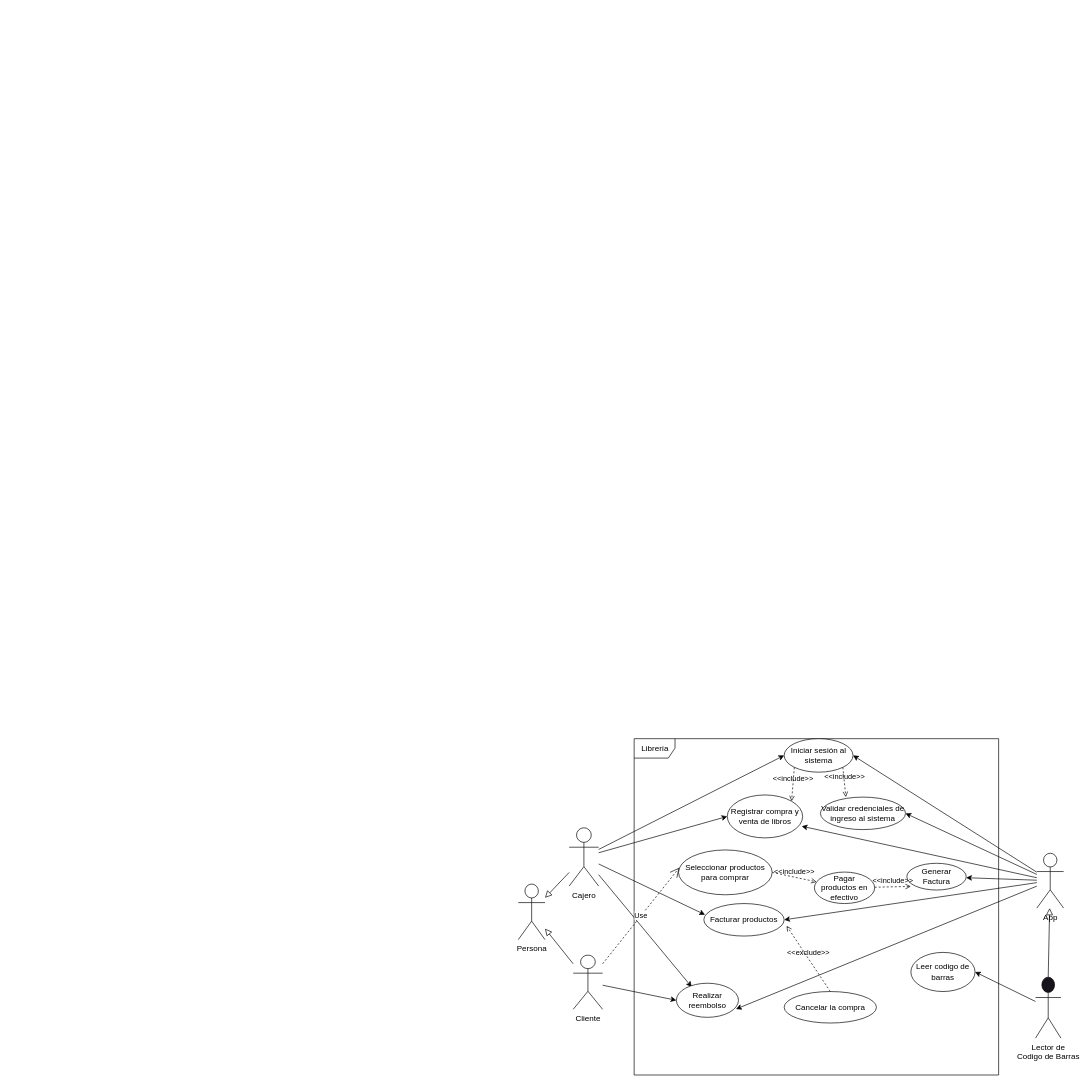
This is design/DCU_PrjL.dio from AlejandroTTD/Chapter-Connect-Library, a draw.io file, before an edit. Source tidied: cells renumbered, new cells numbered last; positions are measured from the earlier drawing's top-left corner, leaving out a move shared by most shapes. Both pictures are drawn from the tidied source at 67%, with x=0, y=0 at pixel (518, 738).
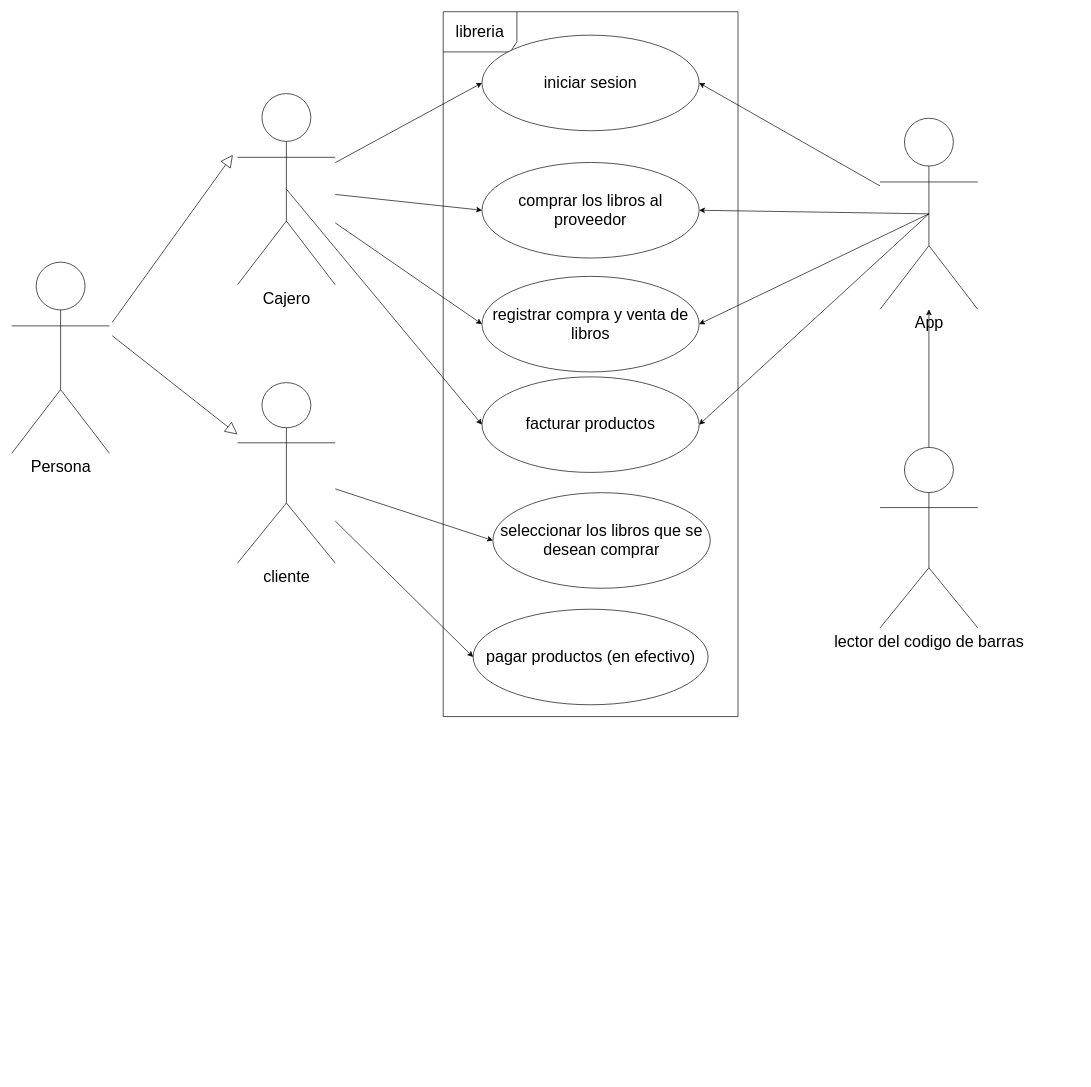
Above is the later version.

What changed in the source:
```diff
@@
+    <mxCell id="15" style="edgeStyle=none;html=1;entryX=0;entryY=0.5;entryDx=0;entryDy=0;fontSize=24;" parent="1" edge="1" source="39" target="55">
+      <mxGeometry relative="1" as="geometry" />
+    </mxCell>
+    <mxCell id="39" value="&lt;font style=&quot;font-size: 24px;&quot;&gt;cliente&lt;/font&gt;" style="shape=umlActor;verticalLabelPosition=bottom;verticalAlign=top;html=1;" parent="1" vertex="1">
+      <mxGeometry x="-419" y="-531.4" width="145.9" height="269.4" as="geometry" />
+    </mxCell>
+    <mxCell id="40" style="edgeStyle=none;html=1;exitX=0.5;exitY=0.5;exitDx=0;exitDy=0;exitPerimeter=0;entryX=0;entryY=0.5;entryDx=0;entryDy=0;fontSize=24;" parent="1" edge="1" source="7" target="56">
+      <mxGeometry relative="1" as="geometry" />
+    </mxCell>
+    <mxCell id="41" style="edgeStyle=none;html=1;entryX=0;entryY=0.5;entryDx=0;entryDy=0;" parent="1" edge="1" source="7" target="57">
+      <mxGeometry relative="1" as="geometry" />
+    </mxCell>
+    <mxCell id="7" value="&lt;font style=&quot;font-size: 24px;&quot;&gt;Cajero&lt;/font&gt;" style="shape=umlActor;verticalLabelPosition=bottom;verticalAlign=top;html=1;" parent="1" vertex="1">
+      <mxGeometry x="-419" y="-962.8" width="145.9" height="285.3" as="geometry" />
+    </mxCell>
+    <mxCell id="42" style="edgeStyle=none;html=1;entryX=1;entryY=0.5;entryDx=0;entryDy=0;fontSize=24;exitX=0.5;exitY=0.5;exitDx=0;exitDy=0;exitPerimeter=0;" parent="1" edge="1" source="16" target="56">
+      <mxGeometry relative="1" as="geometry" />
+    </mxCell>
+    <mxCell id="43" style="edgeStyle=none;html=1;entryX=1;entryY=0.5;entryDx=0;entryDy=0;" parent="1" edge="1" source="16" target="57">
+      <mxGeometry relative="1" as="geometry" />
+    </mxCell>
+    <mxCell id="16" value="&lt;font style=&quot;font-size: 24px;&quot;&gt;App&lt;/font&gt;" style="shape=umlActor;verticalLabelPosition=bottom;verticalAlign=top;html=1;" parent="1" vertex="1">
+      <mxGeometry x="540" y="-926" width="145.9" height="285.3" as="geometry" />
+    </mxCell>
+    <mxCell id="44" style="edgeStyle=none;html=1;fontSize=24;" parent="1" edge="1" source="45" target="16">
+      <mxGeometry relative="1" as="geometry" />
+    </mxCell>
+    <mxCell id="45" value="&lt;font style=&quot;font-size: 24px;&quot;&gt;lector del codigo de barras&lt;/font&gt;" style="shape=umlActor;verticalLabelPosition=bottom;verticalAlign=top;html=1;" parent="1" vertex="1">
+      <mxGeometry x="540" y="-434.7" width="145.9" height="269.4" as="geometry" />
+    </mxCell>
+    <mxCell id="46" value="&lt;font style=&quot;font-size: 24px;&quot;&gt;seleccionar los libros que se desean comprar&lt;/font&gt;" style="ellipse;whiteSpace=wrap;html=1;" parent="1" vertex="1">
+      <mxGeometry x="-37.9" y="-367.1" width="324.5" height="142.6" as="geometry" />
+    </mxCell>
+    <mxCell id="47" style="edgeStyle=none;html=1;entryX=0;entryY=0.5;entryDx=0;entryDy=0;" parent="1" edge="1" source="39" target="46">
+      <mxGeometry relative="1" as="geometry" />
+    </mxCell>
+    <mxCell id="48" value="&lt;font style=&quot;font-size: 24px;&quot;&gt;registrar compra y venta de libros&lt;/font&gt;" style="ellipse;whiteSpace=wrap;html=1;" parent="1" vertex="1">
+      <mxGeometry x="-54.1" y="-690" width="324.1" height="142.6" as="geometry" />
+    </mxCell>
+    <mxCell id="49" style="edgeStyle=none;html=1;entryX=0;entryY=0.5;entryDx=0;entryDy=0;" parent="1" edge="1" source="7" target="48">
+      <mxGeometry relative="1" as="geometry" />
+    </mxCell>
+    <mxCell id="50" style="edgeStyle=none;html=1;exitX=0.5;exitY=0.5;exitDx=0;exitDy=0;exitPerimeter=0;entryX=1;entryY=0.5;entryDx=0;entryDy=0;" parent="1" edge="1" source="16" target="48">
+      <mxGeometry relative="1" as="geometry" />
+    </mxCell>
+    <mxCell id="51" value="&lt;font style=&quot;font-size: 24px;&quot;&gt;comprar los libros al proveedor&lt;/font&gt;" style="ellipse;whiteSpace=wrap;html=1;" parent="1" vertex="1">
+      <mxGeometry x="-54.1" y="-860" width="324.1" height="142.6" as="geometry" />
+    </mxCell>
+    <mxCell id="52" style="edgeStyle=none;html=1;entryX=0;entryY=0.5;entryDx=0;entryDy=0;" parent="1" edge="1" source="7" target="51">
+      <mxGeometry relative="1" as="geometry" />
+    </mxCell>
+    <mxCell id="53" style="edgeStyle=none;html=1;exitX=0.5;exitY=0.5;exitDx=0;exitDy=0;exitPerimeter=0;entryX=1;entryY=0.5;entryDx=0;entryDy=0;" parent="1" edge="1" source="16" target="51">
+      <mxGeometry relative="1" as="geometry" />
+    </mxCell>
+    <mxCell id="54" value="&lt;font style=&quot;font-size: 24px;&quot;&gt;libreria&lt;/font&gt;" style="shape=umlFrame;whiteSpace=wrap;html=1;width=110;height=60;" parent="1" vertex="1">
+      <mxGeometry x="-112" y="-1085" width="440" height="1052" as="geometry" />
+    </mxCell>
-    <mxCell id="2" value="Persona" style="shape=umlActor;verticalLabelPosition=bottom;verticalAlign=top;html=1;" parent="1" vertex="1">
-      <mxGeometry y="217" width="40" height="83" as="geometry" />
+    <mxCell id="2" value="&lt;font style=&quot;font-size: 24px;&quot;&gt;Persona&lt;/font&gt;" style="shape=umlActor;verticalLabelPosition=bottom;verticalAlign=top;html=1;" parent="1" vertex="1">
+      <mxGeometry x="-756" y="-711.2" width="145.9" height="285.3" as="geometry" />
     </mxCell>
-    <mxCell id="3" style="edgeStyle=none;html=1;entryX=0;entryY=0.5;entryDx=0;entryDy=0;" parent="1" edge="1" source="7" target="20">
-      <mxGeometry relative="1" as="geometry" />
-    </mxCell>
-    <mxCell id="4" style="edgeStyle=none;html=1;entryX=0.015;entryY=0.343;entryDx=0;entryDy=0;entryPerimeter=0;" parent="1" edge="1" source="7" target="22">
-      <mxGeometry relative="1" as="geometry" />
-    </mxCell>
-    <mxCell id="5" style="edgeStyle=none;html=1;entryX=0.248;entryY=0.111;entryDx=0;entryDy=0;entryPerimeter=0;" parent="1" edge="1" source="7" target="28">
-      <mxGeometry relative="1" as="geometry" />
-    </mxCell>
-    <mxCell id="6" style="edgeStyle=none;html=1;entryX=0;entryY=0.5;entryDx=0;entryDy=0;" parent="1" edge="1" source="7" target="29">
-      <mxGeometry relative="1" as="geometry" />
-    </mxCell>
-    <mxCell id="7" value="Cajero" style="shape=umlActor;verticalLabelPosition=bottom;verticalAlign=top;html=1;" parent="1" vertex="1">
-      <mxGeometry x="76" y="133" width="44" height="87" as="geometry" />
-    </mxCell>
-    <mxCell id="8" style="edgeStyle=none;html=1;entryX=0;entryY=0.5;entryDx=0;entryDy=0;" parent="1" edge="1" source="9" target="28">
-      <mxGeometry relative="1" as="geometry" />
-    </mxCell>
-    <mxCell id="9" value="Cliente" style="shape=umlActor;verticalLabelPosition=bottom;verticalAlign=top;html=1;" parent="1" vertex="1">
-      <mxGeometry x="82" y="323" width="44" height="81" as="geometry" />
-    </mxCell>
-    <mxCell id="10" style="edgeStyle=none;html=1;entryX=0.987;entryY=0.728;entryDx=0;entryDy=0;entryPerimeter=0;" parent="1" edge="1" source="16" target="20">
-      <mxGeometry relative="1" as="geometry" />
-    </mxCell>
-    <mxCell id="11" style="edgeStyle=none;html=1;" parent="1" edge="1" source="16" target="26">
-      <mxGeometry relative="1" as="geometry" />
-    </mxCell>
-    <mxCell id="12" style="edgeStyle=none;html=1;entryX=0.96;entryY=0.758;entryDx=0;entryDy=0;entryPerimeter=0;" parent="1" edge="1" source="16" target="28">
-      <mxGeometry relative="1" as="geometry" />
-    </mxCell>
-    <mxCell id="13" style="edgeStyle=none;html=1;entryX=1;entryY=0.5;entryDx=0;entryDy=0;" parent="1" edge="1" source="16" target="29">
-      <mxGeometry relative="1" as="geometry" />
-    </mxCell>
-    <mxCell id="14" style="edgeStyle=none;html=1;entryX=1;entryY=0.5;entryDx=0;entryDy=0;" parent="1" edge="1" source="16" target="32">
-      <mxGeometry relative="1" as="geometry" />
-    </mxCell>
-    <mxCell id="15" style="edgeStyle=none;html=1;entryX=1;entryY=0.5;entryDx=0;entryDy=0;" parent="1" edge="1" source="16" target="22">
-      <mxGeometry relative="1" as="geometry" />
-    </mxCell>
-    <mxCell id="16" value="App" style="shape=umlActor;verticalLabelPosition=bottom;verticalAlign=top;html=1;" parent="1" vertex="1">
-      <mxGeometry x="774" y="171" width="40" height="81.9" as="geometry" />
-    </mxCell>
-    <mxCell id="17" style="edgeStyle=none;html=1;entryX=1;entryY=0.5;entryDx=0;entryDy=0;" parent="1" edge="1" source="18" target="30">
-      <mxGeometry relative="1" as="geometry" />
-    </mxCell>
-    <mxCell id="18" value="Lector de &lt;br&gt;Codigo de Barras" style="shape=umlActor;verticalLabelPosition=bottom;verticalAlign=top;html=1;fillColor=rgb(24, 20, 29);direction=east;" parent="1" vertex="1">
-      <mxGeometry x="772" y="356" width="38" height="91" as="geometry" />
-    </mxCell>
-    <mxCell id="19" value="Librería" style="shape=umlFrame;tabPosition=left;html=1;boundedLbl=1;labelInHeader=1;width=61;height=29;" parent="1" vertex="1">
-      <mxGeometry x="173" width="544" height="502" as="geometry" />
-    </mxCell>
-    <mxCell id="20" value="Registrar compra y venta de libros" style="ellipse;whiteSpace=wrap;html=1;" parent="19" vertex="1">
-      <mxGeometry x="139" y="84" width="112.5" height="64.1" as="geometry" />
-    </mxCell>
-    <mxCell id="21" value="Seleccionar productos para comprar" style="ellipse;whiteSpace=wrap;html=1;" parent="19" vertex="1">
-      <mxGeometry x="66.2" y="166.1" width="139.8" height="66.9" as="geometry" />
-    </mxCell>
-    <mxCell id="22" value="Facturar productos" style="ellipse;whiteSpace=wrap;html=1;" parent="19" vertex="1">
-      <mxGeometry x="104" y="246.1" width="119.9" height="48.5" as="geometry" />
-    </mxCell>
-    <mxCell id="23" value="Pagar productos en efectivo" style="ellipse;whiteSpace=wrap;html=1;" parent="19" vertex="1">
-      <mxGeometry x="269" y="199.1" width="90" height="47" as="geometry" />
-    </mxCell>
-    <mxCell id="24" value="Cancelar la compra" style="ellipse;whiteSpace=wrap;html=1;" parent="19" vertex="1">
-      <mxGeometry x="223.9" y="377.4" width="137.7" height="47" as="geometry" />
-    </mxCell>
-    <mxCell id="25" value="&amp;lt;&amp;lt;include&amp;gt;&amp;gt;" style="html=1;verticalAlign=bottom;labelBackgroundColor=none;endArrow=open;endFill=0;dashed=1;exitX=1;exitY=0.5;exitDx=0;exitDy=0;" parent="19" edge="1" source="21" target="23">
-      <mxGeometry relative="1" as="geometry" />
-    </mxCell>
-    <mxCell id="26" value="Generar Factura" style="ellipse;whiteSpace=wrap;html=1;" parent="19" vertex="1">
-      <mxGeometry x="407" y="186" width="88.6" height="39.9" as="geometry" />
-    </mxCell>
-    <mxCell id="27" value="&amp;lt;&amp;lt;include&amp;gt;&amp;gt;" style="html=1;verticalAlign=bottom;labelBackgroundColor=none;endArrow=open;endFill=0;dashed=1;entryX=0.068;entryY=0.865;entryDx=0;entryDy=0;entryPerimeter=0;" parent="19" edge="1" source="23" target="26">
-      <mxGeometry relative="1" as="geometry" />
-    </mxCell>
-    <mxCell id="28" value="Realizar reembolso" style="ellipse;whiteSpace=wrap;html=1;" parent="19" vertex="1">
-      <mxGeometry x="63" y="365" width="92.7" height="50.9" as="geometry" />
-    </mxCell>
-    <mxCell id="29" value="Iniciar sesión al sistema" style="ellipse;whiteSpace=wrap;html=1;" parent="19" vertex="1">
-      <mxGeometry x="223.9" width="102.8" height="50" as="geometry" />
-    </mxCell>
-    <mxCell id="30" value="Leer codigo de barras" style="ellipse;whiteSpace=wrap;html=1;" parent="19" vertex="1">
-      <mxGeometry x="413" y="319" width="95.8" height="58.4" as="geometry" />
-    </mxCell>
-    <mxCell id="31" value="&amp;lt;&amp;lt;include&amp;gt;&amp;gt;" style="html=1;verticalAlign=bottom;labelBackgroundColor=none;endArrow=open;endFill=0;dashed=1;exitX=0;exitY=1;exitDx=0;exitDy=0;entryX=1;entryY=0;entryDx=0;entryDy=0;" parent="19" edge="1" source="29" target="20">
-      <mxGeometry relative="1" as="geometry" />
-    </mxCell>
-    <mxCell id="32" value="Validar credenciales de ingreso al sistema" style="ellipse;whiteSpace=wrap;html=1;" parent="19" vertex="1">
-      <mxGeometry x="278" y="87.2" width="127" height="48.5" as="geometry" />
-    </mxCell>
-    <mxCell id="33" value="&amp;lt;&amp;lt;include&amp;gt;&amp;gt;" style="html=1;verticalAlign=bottom;labelBackgroundColor=none;endArrow=open;endFill=0;dashed=1;exitX=1;exitY=1;exitDx=0;exitDy=0;entryX=0.299;entryY=0;entryDx=0;entryDy=0;entryPerimeter=0;" parent="19" edge="1" source="29" target="32">
-      <mxGeometry relative="1" as="geometry" />
-    </mxCell>
-    <mxCell id="34" value="&amp;lt;&amp;lt;exclude&amp;gt;&amp;gt;" style="html=1;verticalAlign=bottom;labelBackgroundColor=none;endArrow=open;endFill=0;dashed=1;exitX=0.5;exitY=0;exitDx=0;exitDy=0;entryX=1.03;entryY=0.685;entryDx=0;entryDy=0;entryPerimeter=0;" parent="19" edge="1" source="24" target="22">
-      <mxGeometry relative="1" as="geometry" />
-    </mxCell>
-    <mxCell id="35" value="Use" style="endArrow=open;endSize=12;dashed=1;html=1;entryX=0.009;entryY=0.395;entryDx=0;entryDy=0;entryPerimeter=0;" parent="1" edge="1" source="9" target="21">
-      <mxGeometry relative="1" as="geometry" />
-    </mxCell>
-    <mxCell id="36" style="endArrow=block;startArrow=none;endFill=0;startFill=0;endSize=8;html=1;verticalAlign=bottom;labelBackgroundColor=none;exitX=0.5;exitY=0;exitDx=0;exitDy=0;exitPerimeter=0;" parent="1" edge="1" source="18" target="16">
-      <mxGeometry relative="1" as="geometry" />
-    </mxCell>
-    <mxCell id="37" style="endArrow=block;startArrow=none;endFill=0;startFill=0;endSize=8;html=1;verticalAlign=bottom;labelBackgroundColor=none;" parent="1" edge="1" source="9" target="2">
-      <mxGeometry relative="1" as="geometry" />
-    </mxCell>
-    <mxCell id="38" style="endArrow=block;startArrow=none;endFill=0;startFill=0;endSize=8;html=1;verticalAlign=bottom;labelBackgroundColor=none;" parent="1" edge="1" source="7" target="2">
-      <mxGeometry relative="1" as="geometry" />
-    </mxCell>
+    <mxCell id="55" value="&lt;font style=&quot;font-size: 24px;&quot;&gt;pagar productos (en efectivo)&lt;/font&gt;" style="ellipse;whiteSpace=wrap;html=1;" parent="1" vertex="1">
+      <mxGeometry x="-67.3" y="-193.2" width="350.7" height="142.6" as="geometry" />
+    </mxCell>
+    <mxCell id="56" value="&lt;font style=&quot;font-size: 24px;&quot;&gt;facturar productos&lt;/font&gt;" style="ellipse;whiteSpace=wrap;html=1;" parent="1" vertex="1">
+      <mxGeometry x="-54.1" y="-540" width="324.1" height="142.6" as="geometry" />
+    </mxCell>
+    <mxCell id="57" value="&lt;font style=&quot;font-size: 24px;&quot;&gt;iniciar sesion&lt;/font&gt;" style="ellipse;whiteSpace=wrap;html=1;" parent="1" vertex="1">
+      <mxGeometry x="-54.1" y="-1050" width="324.1" height="142.6" as="geometry" />
+    </mxCell>
+    <mxCell id="58" style="endArrow=block;endSize=16;endFill=0;html=1;" parent="1" edge="1">
+      <mxGeometry relative="1" as="geometry">
+        <mxPoint x="-606" y="-621.4" as="sourcePoint" />
+        <mxPoint x="-426" y="-871.4" as="targetPoint" />
+      </mxGeometry>
+    </mxCell>
+    <mxCell id="59" style="endArrow=block;endSize=16;endFill=0;html=1;" parent="1" edge="1" target="39">
+      <mxGeometry relative="1" as="geometry">
+        <mxPoint x="-606" y="-601.4" as="sourcePoint" />
+      </mxGeometry>
+    </mxCell>
```
